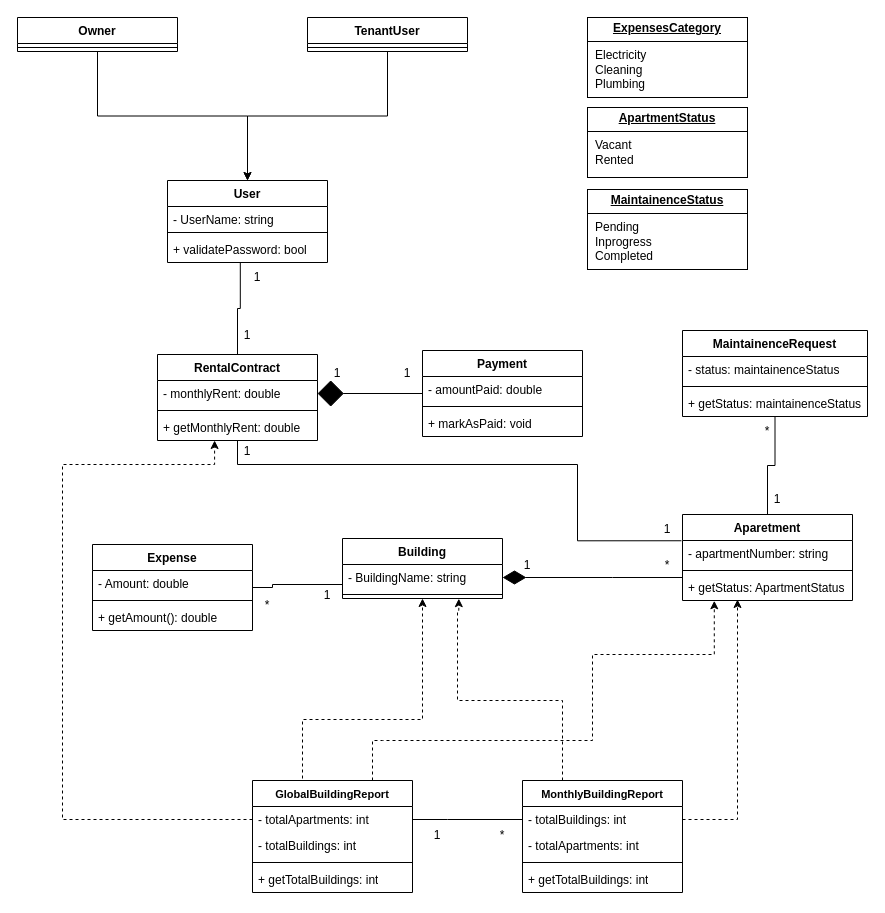
AbdoAqll/Bawably keeps this draw.io diagram as docs/Class Digram.drawio. Above is the earlier version. Source tidied: cells renumbered, new cells numbered last; positions are measured from the earlier drawing's top-left corner, leaving out a move shared by most shapes. Both pictures are drawn from the tidied source at 100%, with x=0, y=0 at pixel (17, 17).
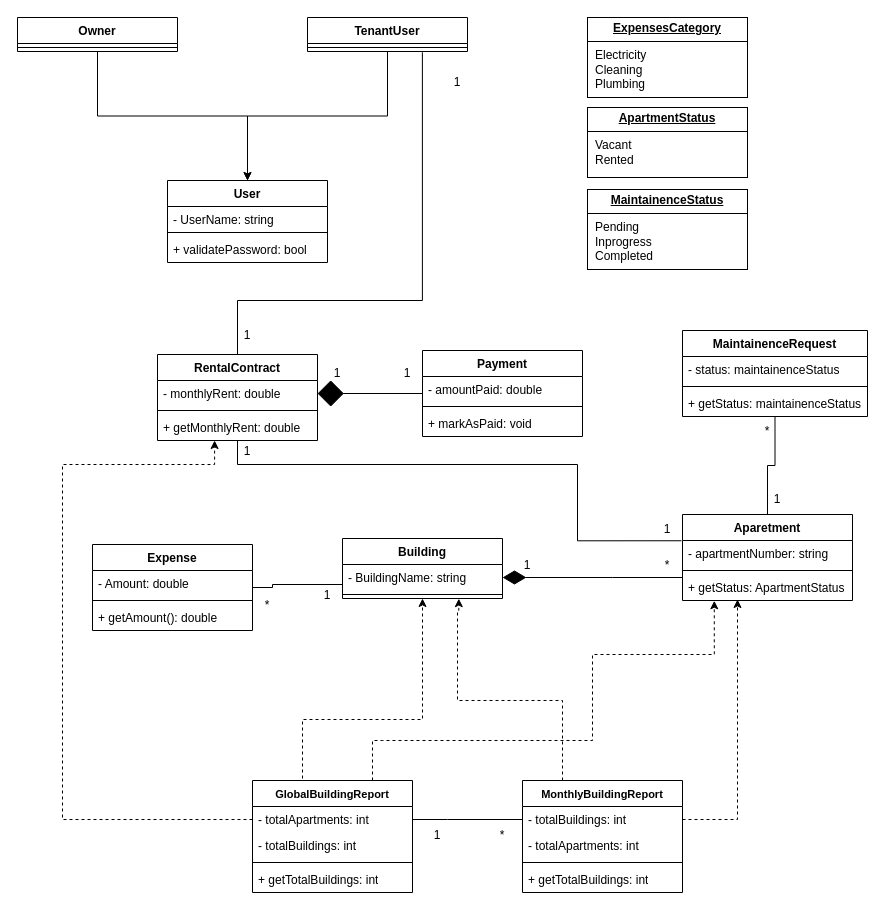
Above is the later version.

The change refers to these unchanged cells:
```xml
<mxCell id="13" value="+ validatePassword: bool" style="text;strokeColor=none;fillColor=none;align=left;verticalAlign=top;spacingLeft=4;spacingRight=4;overflow=hidden;points=[[0,0.5],[1,0.5]];portConstraint=eastwest;whiteSpace=wrap;html=1;" parent="10" vertex="1">
  <mxGeometry y="56" width="160" height="26" as="geometry" />
</mxCell>
<mxCell id="17" style="line;strokeWidth=1;fillColor=none;align=left;verticalAlign=middle;spacingTop=-1;spacingLeft=3;spacingRight=3;labelPosition=right;points=[];portConstraint=eastwest;strokeColor=inherit;" parent="16" vertex="1">
  <mxGeometry y="26" width="160" height="8" as="geometry" />
</mxCell>
<mxCell id="43" value="RentalContract" style="swimlane;fontStyle=1;align=center;verticalAlign=top;horizontal=1;startSize=26;whiteSpace=wrap;html=1;" parent="1" vertex="1">
  <mxGeometry x="140" y="337" width="160" height="86" as="geometry" />
</mxCell>
```

The edit, as a diff of the source:
```diff
@@
-    <mxCell id="47" style="edgeStyle=orthogonalEdgeStyle;rounded=0;jettySize=auto;html=1;entryX=0.455;entryY=0.982;entryDx=0;entryDy=0;entryPerimeter=0;endArrow=none;endFill=0;" parent="1" edge="1" source="43" target="13">
-      <mxGeometry relative="1" as="geometry" />
+    <mxCell id="47" style="edgeStyle=orthogonalEdgeStyle;rounded=0;jettySize=auto;html=1;entryX=0.718;entryY=1.099;entryDx=0;entryDy=0;entryPerimeter=0;endArrow=none;endFill=0;" parent="1" edge="1" source="43" target="17">
+      <mxGeometry relative="1" as="geometry">
+        <Array as="points">
+          <mxPoint x="220" y="283" />
+          <mxPoint x="405" y="283" />
+        </Array>
+      </mxGeometry>
     </mxCell>
@@
     <mxCell id="64" value="1" style="text;html=1;whiteSpace=wrap;strokeColor=none;fillColor=none;align=center;verticalAlign=middle;rounded=0;" parent="1" vertex="1">
-      <mxGeometry x="210" y="245" width="60" height="30" as="geometry" />
+      <mxGeometry x="410" y="50" width="60" height="30" as="geometry" />
     </mxCell>
```
